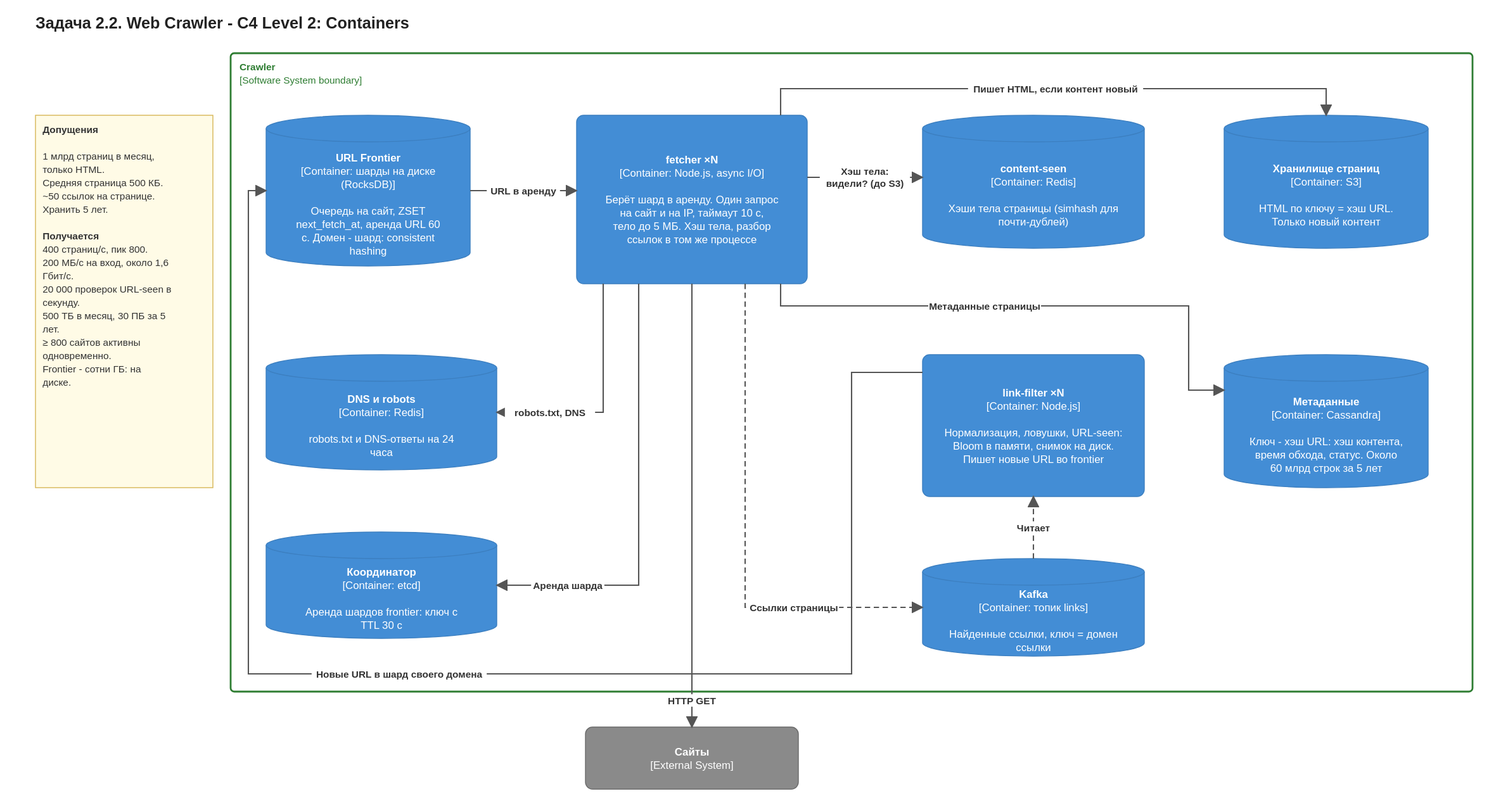
Earlier version of the draw.io export docs/highload/web-crawler.drawio.svg (Elaman19/system-design). Source tidied: cells renumbered, new cells last; positions are measured from the earlier drawing's top-left corner, leaving out a move shared by most shapes.
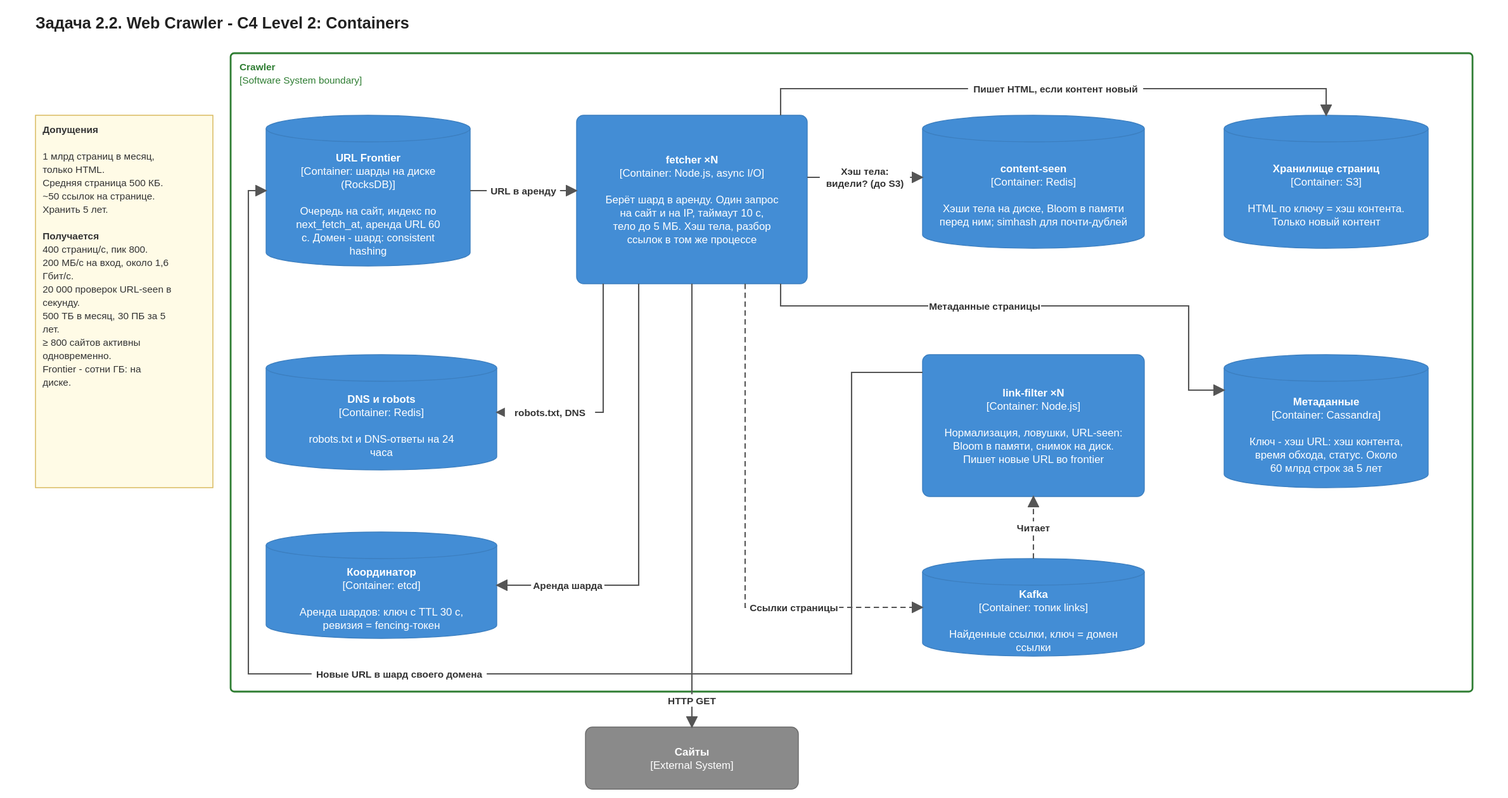
After the change.

The edit, as a diff of the source:
```diff
@@ -11,7 +11,7 @@
     <mxCell id="4" value="&lt;b&gt;Допущения&lt;/b&gt;&lt;br&gt;&lt;br&gt;1 млрд страниц в месяц, только HTML.&lt;br&gt;Средняя страница 500 КБ.&lt;br&gt;~50 ссылок на странице.&lt;br&gt;Хранить 5 лет.&lt;br&gt;&lt;br&gt;&lt;b&gt;Получается&lt;/b&gt;&lt;br&gt;400 страниц/с, пик 800.&lt;br&gt;200 МБ/с на вход, около 1,6 Гбит/с.&lt;br&gt;20 000 проверок URL-seen в секунду.&lt;br&gt;500 ТБ в месяц, 30 ПБ за 5 лет.&lt;br&gt;≥ 800 сайтов активны одновременно.&lt;br&gt;Frontier - сотни ГБ: на диске." style="fontFamily=Helvetica;html=1;whiteSpace=wrap;fontSize=12;rounded=0;fillColor=#fffbe6;strokeColor=#d6b656;fontColor=#333333;align=left;verticalAlign=top;spacing=8;fontSize=11;" parent="1" vertex="1">
       <mxGeometry y="116" width="200" height="420" as="geometry" />
     </mxCell>
-    <mxCell id="5" value="&lt;b&gt;URL Frontier&lt;/b&gt;&lt;br&gt;[Container: шарды на диске (RocksDB)]&lt;br&gt;&lt;br&gt;Очередь на сайт, ZSET next_fetch_at, аренда URL 60 с. Домен - шард: consistent hashing" style="fontFamily=Helvetica;html=1;whiteSpace=wrap;fontSize=12;shape=cylinder3;boundedLbl=1;backgroundOutline=1;size=15;fillColor=#438dd5;strokeColor=#3c7fc0;fontColor=#ffffff;" parent="1" vertex="1">
+    <mxCell id="5" value="&lt;b&gt;URL Frontier&lt;/b&gt;&lt;br&gt;[Container: шарды на диске (RocksDB)]&lt;br&gt;&lt;br&gt;Очередь на сайт, индекс по next_fetch_at, аренда URL 60 с. Домен - шард: consistent hashing" style="fontFamily=Helvetica;html=1;whiteSpace=wrap;fontSize=12;shape=cylinder3;boundedLbl=1;backgroundOutline=1;size=15;fillColor=#438dd5;strokeColor=#3c7fc0;fontColor=#ffffff;" parent="1" vertex="1">
       <mxGeometry x="260" y="116" width="230" height="170" as="geometry" />
     </mxCell>
     <mxCell id="6" value="&lt;b&gt;fetcher ×N&lt;/b&gt;&lt;br&gt;[Container: Node.js, async I/O]&lt;br&gt;&lt;br&gt;Берёт шард в аренду. Один запрос на сайт и на IP, таймаут 10 с, тело до 5 МБ. Хэш тела, разбор ссылок в том же процессе" style="fontFamily=Helvetica;html=1;whiteSpace=wrap;fontSize=12;rounded=1;arcSize=8;fillColor=#438dd5;strokeColor=#3c7fc0;fontColor=#ffffff;" parent="1" vertex="1">
@@ -20,13 +20,13 @@
     <mxCell id="7" value="&lt;b&gt;DNS и robots&lt;/b&gt;&lt;br&gt;[Container: Redis]&lt;br&gt;&lt;br&gt;robots.txt и DNS-ответы на 24 часа" style="fontFamily=Helvetica;html=1;whiteSpace=wrap;fontSize=12;shape=cylinder3;boundedLbl=1;backgroundOutline=1;size=15;fillColor=#438dd5;strokeColor=#3c7fc0;fontColor=#ffffff;" parent="1" vertex="1">
       <mxGeometry x="260" y="386" width="260" height="130" as="geometry" />
     </mxCell>
-    <mxCell id="8" value="&lt;b&gt;Координатор&lt;/b&gt;&lt;br&gt;[Container: etcd]&lt;br&gt;&lt;br&gt;Аренда шардов frontier: ключ с TTL 30 с" style="fontFamily=Helvetica;html=1;whiteSpace=wrap;fontSize=12;shape=cylinder3;boundedLbl=1;backgroundOutline=1;size=15;fillColor=#438dd5;strokeColor=#3c7fc0;fontColor=#ffffff;" parent="1" vertex="1">
+    <mxCell id="8" value="&lt;b&gt;Координатор&lt;/b&gt;&lt;br&gt;[Container: etcd]&lt;br&gt;&lt;br&gt;Аренда шардов: ключ с TTL 30 с, ревизия = fencing-токен" style="fontFamily=Helvetica;html=1;whiteSpace=wrap;fontSize=12;shape=cylinder3;boundedLbl=1;backgroundOutline=1;size=15;fillColor=#438dd5;strokeColor=#3c7fc0;fontColor=#ffffff;" parent="1" vertex="1">
       <mxGeometry x="260" y="586" width="260" height="120" as="geometry" />
     </mxCell>
-    <mxCell id="9" value="&lt;b&gt;content-seen&lt;/b&gt;&lt;br&gt;[Container: Redis]&lt;br&gt;&lt;br&gt;Хэши тела страницы (simhash для почти-дублей)" style="fontFamily=Helvetica;html=1;whiteSpace=wrap;fontSize=12;shape=cylinder3;boundedLbl=1;backgroundOutline=1;size=15;fillColor=#438dd5;strokeColor=#3c7fc0;fontColor=#ffffff;" parent="1" vertex="1">
+    <mxCell id="9" value="&lt;b&gt;content-seen&lt;/b&gt;&lt;br&gt;[Container: RocksDB]&lt;br&gt;&lt;br&gt;Хэши тела на диске, Bloom в памяти перед ним; simhash для почти-дублей" style="fontFamily=Helvetica;html=1;whiteSpace=wrap;fontSize=12;shape=cylinder3;boundedLbl=1;backgroundOutline=1;size=15;fillColor=#438dd5;strokeColor=#3c7fc0;fontColor=#ffffff;" parent="1" vertex="1">
       <mxGeometry x="1000" y="116" width="250" height="150" as="geometry" />
     </mxCell>
-    <mxCell id="10" value="&lt;b&gt;Хранилище страниц&lt;/b&gt;&lt;br&gt;[Container: S3]&lt;br&gt;&lt;br&gt;HTML по ключу = хэш URL. Только новый контент" style="fontFamily=Helvetica;html=1;whiteSpace=wrap;fontSize=12;shape=cylinder3;boundedLbl=1;backgroundOutline=1;size=15;fillColor=#438dd5;strokeColor=#3c7fc0;fontColor=#ffffff;" parent="1" vertex="1">
+    <mxCell id="10" value="&lt;b&gt;Хранилище страниц&lt;/b&gt;&lt;br&gt;[Container: S3]&lt;br&gt;&lt;br&gt;HTML по ключу = хэш контента. Только новый контент" style="fontFamily=Helvetica;html=1;whiteSpace=wrap;fontSize=12;shape=cylinder3;boundedLbl=1;backgroundOutline=1;size=15;fillColor=#438dd5;strokeColor=#3c7fc0;fontColor=#ffffff;" parent="1" vertex="1">
       <mxGeometry x="1340" y="116" width="230" height="150" as="geometry" />
     </mxCell>
     <mxCell id="11" value="&lt;b&gt;link-filter ×N&lt;/b&gt;&lt;br&gt;[Container: Node.js]&lt;br&gt;&lt;br&gt;Нормализация, ловушки, URL-seen: Bloom в памяти, снимок на диск. Пишет новые URL во frontier" style="fontFamily=Helvetica;html=1;whiteSpace=wrap;fontSize=12;rounded=1;arcSize=8;fillColor=#438dd5;strokeColor=#3c7fc0;fontColor=#ffffff;" parent="1" vertex="1">
```
